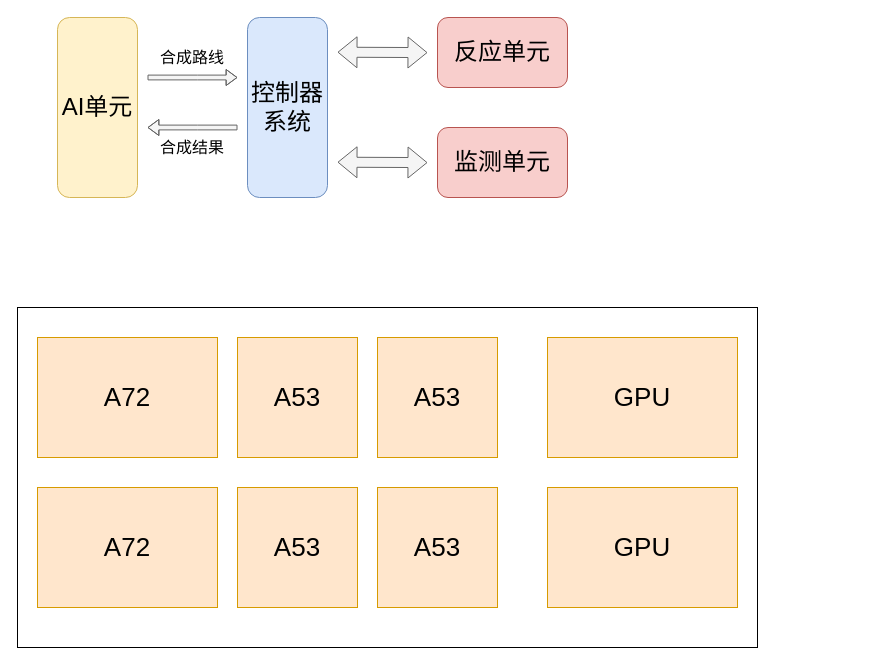
Above: 第三章绘图.drawio in madao101/draw (draw.io), before the change. Source tidied: cells renumbered, new cells numbered last; positions are measured from the earlier drawing's top-left corner, leaving out a move shared by most shapes. Both pictures are drawn from the tidied source at 100%, with x=0, y=0 at pixel (17, 17).
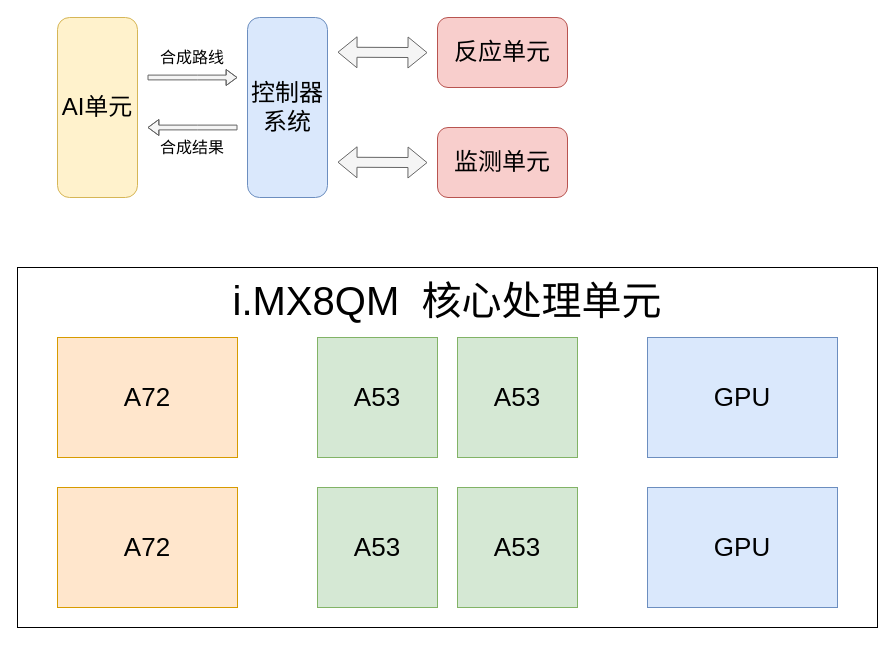
Above is the later version.

Commit message:
更新第三章绘图.drawio

What changed in the source:
```diff
@@
     <mxCell id="12" style="rounded=0;whiteSpace=wrap;html=1;" parent="1" vertex="1">
-      <mxGeometry y="290" width="740" height="340" as="geometry" />
+      <mxGeometry y="250" width="860" height="360" as="geometry" />
     </mxCell>
     <mxCell id="13" value="&lt;font style=&quot;font-size: 26px;&quot;&gt;A72&lt;/font&gt;" style="rounded=0;whiteSpace=wrap;html=1;fillColor=#ffe6cc;strokeColor=#d79b00;" parent="1" vertex="1">
-      <mxGeometry x="20" y="320" width="180" height="120" as="geometry" />
+      <mxGeometry x="40" y="320" width="180" height="120" as="geometry" />
     </mxCell>
     <mxCell id="14" value="&lt;font style=&quot;font-size: 26px;&quot;&gt;A72&lt;/font&gt;" style="rounded=0;whiteSpace=wrap;html=1;fillColor=#ffe6cc;strokeColor=#d79b00;" parent="1" vertex="1">
-      <mxGeometry x="20" y="470" width="180" height="120" as="geometry" />
+      <mxGeometry x="40" y="470" width="180" height="120" as="geometry" />
     </mxCell>
-    <mxCell id="15" value="&lt;font style=&quot;font-size: 26px;&quot;&gt;GPU&lt;/font&gt;" style="rounded=0;whiteSpace=wrap;html=1;fillColor=#ffe6cc;strokeColor=#d79b00;" parent="1" vertex="1">
-      <mxGeometry x="530" y="320" width="190" height="120" as="geometry" />
+    <mxCell id="15" value="&lt;font style=&quot;font-size: 26px;&quot;&gt;GPU&lt;/font&gt;" style="rounded=0;whiteSpace=wrap;html=1;fillColor=#dae8fc;strokeColor=#6c8ebf;" parent="1" vertex="1">
+      <mxGeometry x="630" y="320" width="190" height="120" as="geometry" />
     </mxCell>
-    <mxCell id="16" value="&lt;font style=&quot;font-size: 26px;&quot;&gt;GPU&lt;/font&gt;" style="rounded=0;whiteSpace=wrap;html=1;fillColor=#ffe6cc;strokeColor=#d79b00;" parent="1" vertex="1">
-      <mxGeometry x="530" y="470" width="190" height="120" as="geometry" />
+    <mxCell id="16" value="&lt;font style=&quot;font-size: 26px;&quot;&gt;GPU&lt;/font&gt;" style="rounded=0;whiteSpace=wrap;html=1;fillColor=#dae8fc;strokeColor=#6c8ebf;" parent="1" vertex="1">
+      <mxGeometry x="630" y="470" width="190" height="120" as="geometry" />
     </mxCell>
-    <mxCell id="17" value="&lt;font style=&quot;font-size: 26px;&quot;&gt;A53&lt;/font&gt;" style="rounded=0;whiteSpace=wrap;html=1;fillColor=#ffe6cc;strokeColor=#d79b00;" parent="1" vertex="1">
-      <mxGeometry x="220" y="320" width="120" height="120" as="geometry" />
+    <mxCell id="17" value="&lt;font style=&quot;font-size: 26px;&quot;&gt;A53&lt;/font&gt;" style="rounded=0;whiteSpace=wrap;html=1;fillColor=#d5e8d4;strokeColor=#82b366;" parent="1" vertex="1">
+      <mxGeometry x="300" y="320" width="120" height="120" as="geometry" />
     </mxCell>
-    <mxCell id="18" value="&lt;font style=&quot;font-size: 26px;&quot;&gt;A53&lt;/font&gt;" style="rounded=0;whiteSpace=wrap;html=1;fillColor=#ffe6cc;strokeColor=#d79b00;" parent="1" vertex="1">
-      <mxGeometry x="360" y="320" width="120" height="120" as="geometry" />
+    <mxCell id="18" value="&lt;font style=&quot;font-size: 26px;&quot;&gt;A53&lt;/font&gt;" style="rounded=0;whiteSpace=wrap;html=1;fillColor=#d5e8d4;strokeColor=#82b366;" parent="1" vertex="1">
+      <mxGeometry x="440" y="320" width="120" height="120" as="geometry" />
     </mxCell>
-    <mxCell id="19" value="&lt;font style=&quot;font-size: 26px;&quot;&gt;A53&lt;/font&gt;" style="rounded=0;whiteSpace=wrap;html=1;fillColor=#ffe6cc;strokeColor=#d79b00;" parent="1" vertex="1">
-      <mxGeometry x="220" y="470" width="120" height="120" as="geometry" />
+    <mxCell id="19" value="&lt;font style=&quot;font-size: 26px;&quot;&gt;A53&lt;/font&gt;" style="rounded=0;whiteSpace=wrap;html=1;fillColor=#d5e8d4;strokeColor=#82b366;" parent="1" vertex="1">
+      <mxGeometry x="300" y="470" width="120" height="120" as="geometry" />
     </mxCell>
-    <mxCell id="20" value="&lt;font style=&quot;font-size: 26px;&quot;&gt;A53&lt;/font&gt;" style="rounded=0;whiteSpace=wrap;html=1;fillColor=#ffe6cc;strokeColor=#d79b00;" parent="1" vertex="1">
-      <mxGeometry x="360" y="470" width="120" height="120" as="geometry" />
+    <mxCell id="20" value="&lt;font style=&quot;font-size: 26px;&quot;&gt;A53&lt;/font&gt;" style="rounded=0;whiteSpace=wrap;html=1;fillColor=#d5e8d4;strokeColor=#82b366;" parent="1" vertex="1">
+      <mxGeometry x="440" y="470" width="120" height="120" as="geometry" />
     </mxCell>
+    <mxCell id="21" value="&lt;font&gt;i.MX8QM&amp;nbsp; 核心处理单元&lt;/font&gt;" style="text;strokeColor=none;align=center;fillColor=none;html=1;verticalAlign=middle;whiteSpace=wrap;rounded=0;fontSize=40;" parent="1" vertex="1">
+      <mxGeometry x="180" y="268" width="500" height="30" as="geometry" />
+    </mxCell>
```
